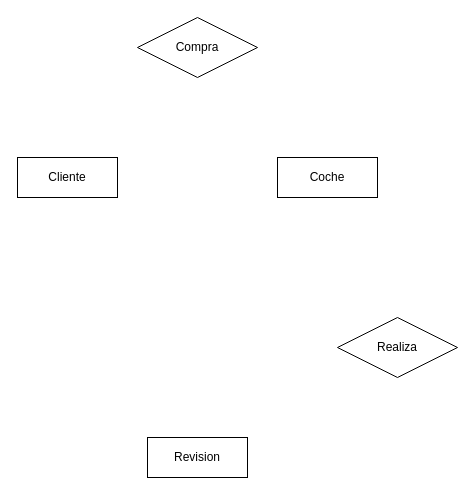
PabloKooss/Tercer_Modulo keeps this draw.io diagram as 2_Ejercicio.drawio. Above is the earlier version. Source tidied: cells renumbered, new cells numbered last; positions are measured from the earlier drawing's top-left corner, leaving out a move shared by most shapes. Both pictures are drawn from the tidied source at 100%, with x=0, y=0 at pixel (17, 17).
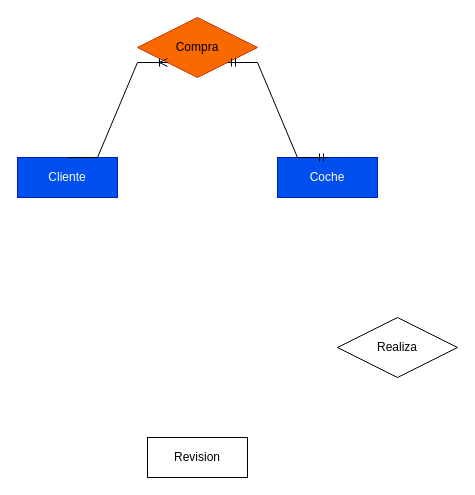
The same diagram, later.

What changed in the source:
```diff
@@
 <mxGraphModel>
   <root>
     <mxCell id="0" />
     <mxCell id="1" parent="0" />
-    <mxCell id="2" value="Cliente" style="whiteSpace=wrap;html=1;align=center;" parent="1" vertex="1">
+    <mxCell id="2" value="Cliente" style="whiteSpace=wrap;html=1;align=center;fillColor=#0050ef;fontColor=#ffffff;strokeColor=#001DBC;" parent="1" vertex="1">
       <mxGeometry y="140" width="100" height="40" as="geometry" />
     </mxCell>
-    <mxCell id="3" value="Coche" style="whiteSpace=wrap;html=1;align=center;" parent="1" vertex="1">
+    <mxCell id="3" value="Coche" style="whiteSpace=wrap;html=1;align=center;fillColor=#0050ef;fontColor=#ffffff;strokeColor=#001DBC;" parent="1" vertex="1">
       <mxGeometry x="260" y="140" width="100" height="40" as="geometry" />
     </mxCell>
     <mxCell id="4" value="Revision" style="whiteSpace=wrap;html=1;align=center;" parent="1" vertex="1">
       <mxGeometry x="130" y="420" width="100" height="40" as="geometry" />
     </mxCell>
-    <mxCell id="5" value="Compra" style="shape=rhombus;perimeter=rhombusPerimeter;whiteSpace=wrap;html=1;align=center;" parent="1" vertex="1">
+    <mxCell id="5" value="Compra" style="shape=rhombus;perimeter=rhombusPerimeter;whiteSpace=wrap;html=1;align=center;fillColor=#fa6800;fontColor=#000000;strokeColor=#C73500;" parent="1" vertex="1">
       <mxGeometry x="120" width="120" height="60" as="geometry" />
     </mxCell>
     <mxCell id="6" value="Realiza" style="shape=rhombus;perimeter=rhombusPerimeter;whiteSpace=wrap;html=1;align=center;" parent="1" vertex="1">
       <mxGeometry x="320" y="300" width="120" height="60" as="geometry" />
     </mxCell>
+    <mxCell id="7" style="edgeStyle=entityRelationEdgeStyle;fontSize=12;html=1;endArrow=ERoneToMany;rounded=0;exitX=0.5;exitY=0;exitDx=0;exitDy=0;entryX=0;entryY=1;entryDx=0;entryDy=0;" parent="1" edge="1" source="2" target="5">
+      <mxGeometry relative="1" as="geometry" />
+    </mxCell>
+    <mxCell id="8" style="edgeStyle=entityRelationEdgeStyle;fontSize=12;html=1;endArrow=ERmandOne;startArrow=ERmandOne;rounded=0;entryX=1;entryY=1;entryDx=0;entryDy=0;exitX=0.5;exitY=0;exitDx=0;exitDy=0;" parent="1" edge="1" source="3" target="5">
+      <mxGeometry relative="1" as="geometry" />
+    </mxCell>
   </root>
 </mxGraphModel>
```
